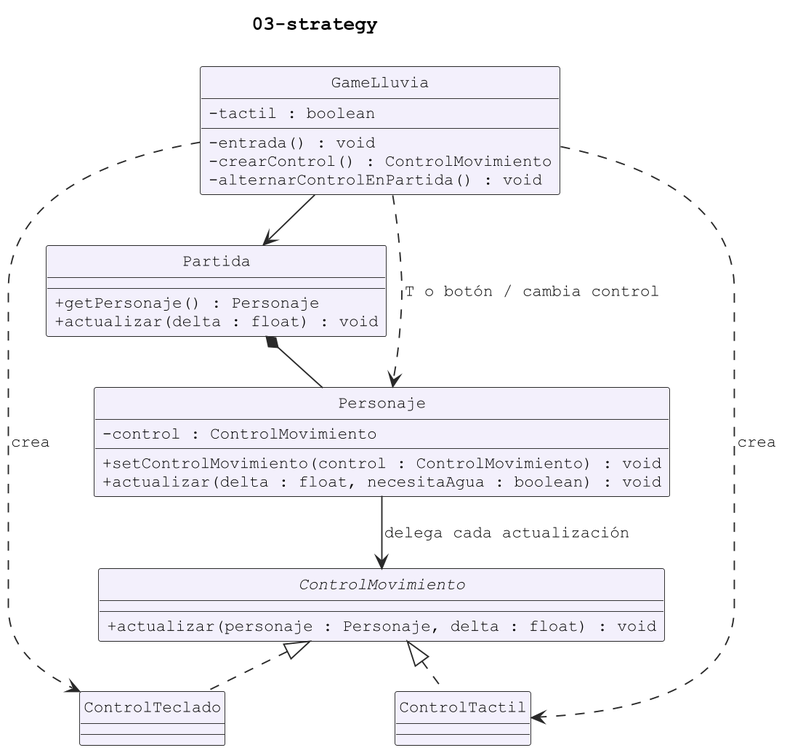
The PlantUML diagram docs/uml/03-strategy.png in maverick1006/Proyecto-Game-LLuvia-, before a commit.
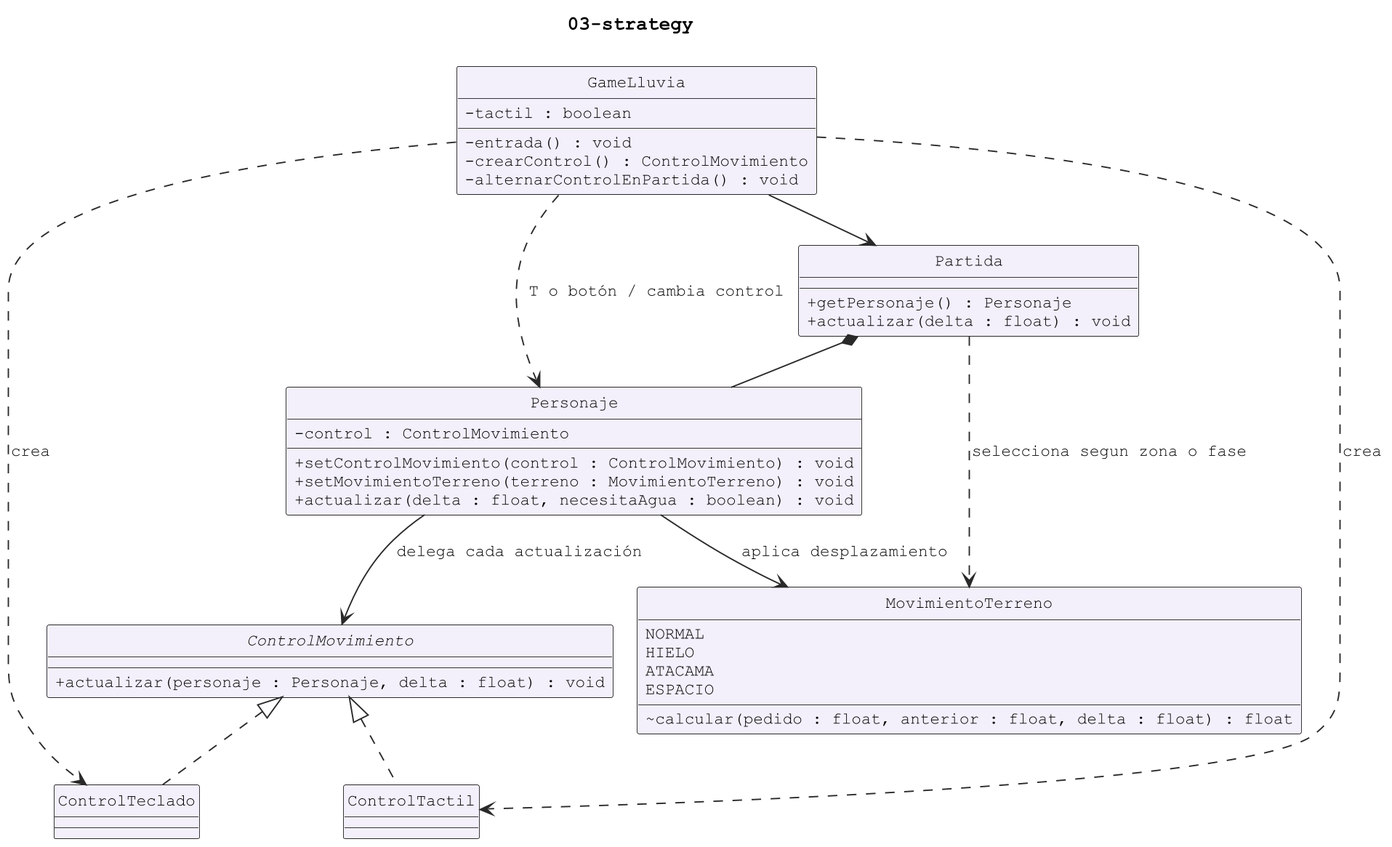
The same diagram one commit later.

What changed in the source:
```diff
@@ -28,6 +28,7 @@
 class Personaje {
 - control : ControlMovimiento
 + setControlMovimiento(control : ControlMovimiento) : void
++ setMovimientoTerreno(terreno : MovimientoTerreno) : void
 + actualizar(delta : float, necesitaAgua : boolean) : void
 }
 interface ControlMovimiento {
@@ -43,4 +44,13 @@
 ControlMovimiento <|.. ControlTactil
 GameLluvia ..> ControlTeclado : crea
 GameLluvia ..> ControlTactil : crea
+enum MovimientoTerreno {
+  NORMAL
+  HIELO
+  ATACAMA
+  ESPACIO
+  ~ calcular(pedido : float, anterior : float, delta : float) : float
+}
+Personaje --> MovimientoTerreno : aplica desplazamiento
+Partida ..> MovimientoTerreno : selecciona segun zona o fase
 @enduml
```
